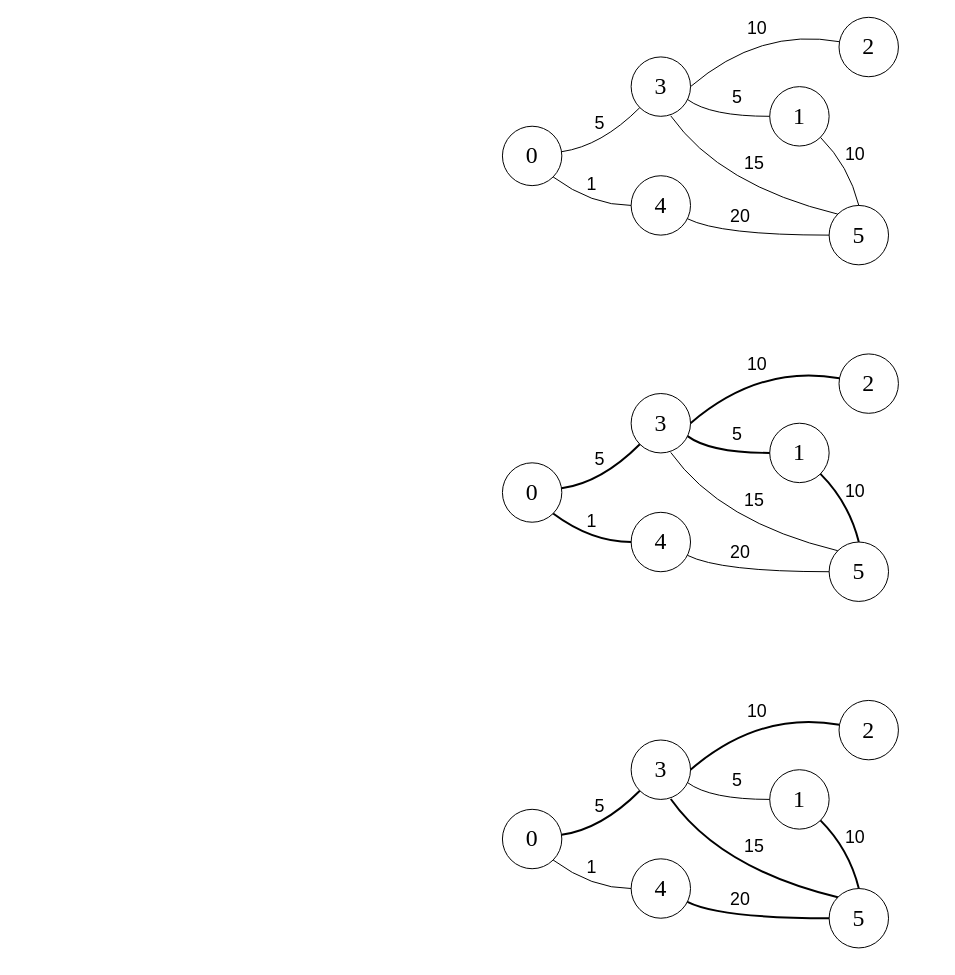
The draw.io diagram graphs/undirected_mst.drawio in lgreco/images, before the edit. Source tidied: cells renumbered, new cells numbered last; positions are measured from the earlier drawing's top-left corner, leaving out a move shared by most shapes. Both pictures are drawn from the tidied source at 99%, with x=0, y=0 at pixel (502, 17).
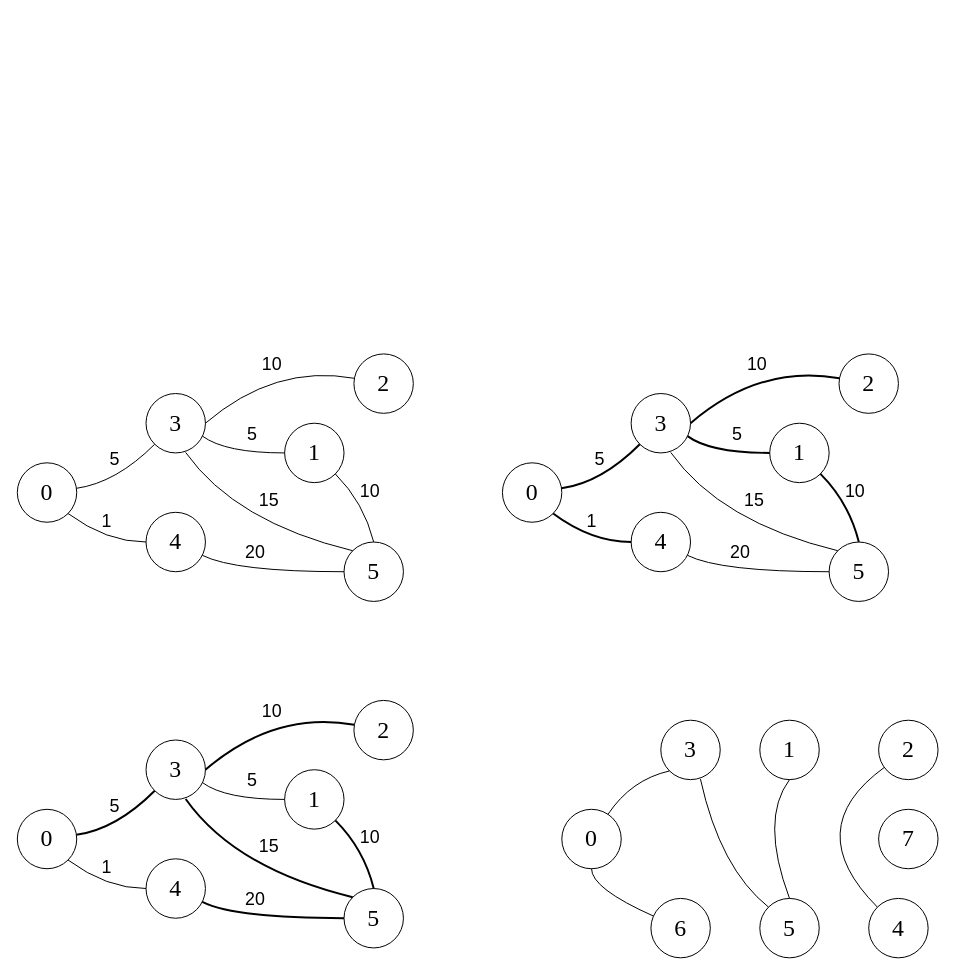
After the change.

What changed in the source:
```diff
@@
     <mxCell id="22" value="&lt;font style=&quot;font-size: 24px;&quot;&gt;0&lt;/font&gt;" style="ellipse;whiteSpace=wrap;html=1;fontFamily=Times New Roman;" parent="1" vertex="1">
-      <mxGeometry y="800" width="60" height="60" as="geometry" />
+      <mxGeometry x="-490" y="800" width="60" height="60" as="geometry" />
     </mxCell>
     <mxCell id="23" value="&lt;font style=&quot;font-size: 24px;&quot;&gt;4&lt;/font&gt;" style="ellipse;whiteSpace=wrap;html=1;fontFamily=Times New Roman;" parent="1" vertex="1">
-      <mxGeometry x="130" y="850" width="60" height="60" as="geometry" />
+      <mxGeometry x="-360" y="850" width="60" height="60" as="geometry" />
     </mxCell>
     <mxCell id="24" value="&lt;font style=&quot;font-size: 24px;&quot;&gt;3&lt;/font&gt;" style="ellipse;whiteSpace=wrap;html=1;fontFamily=Times New Roman;" parent="1" vertex="1">
-      <mxGeometry x="130" y="730" width="60" height="60" as="geometry" />
+      <mxGeometry x="-360" y="730" width="60" height="60" as="geometry" />
     </mxCell>
     <mxCell id="25" value="&lt;font style=&quot;font-size: 24px;&quot;&gt;5&lt;/font&gt;" style="ellipse;whiteSpace=wrap;html=1;fontFamily=Times New Roman;" parent="1" vertex="1">
-      <mxGeometry x="330" y="880" width="60" height="60" as="geometry" />
+      <mxGeometry x="-160" y="880" width="60" height="60" as="geometry" />
     </mxCell>
     <mxCell id="26" value="&lt;font style=&quot;font-size: 24px;&quot;&gt;1&lt;/font&gt;" style="ellipse;whiteSpace=wrap;html=1;fontFamily=Times New Roman;" parent="1" vertex="1">
-      <mxGeometry x="270" y="760" width="60" height="60" as="geometry" />
+      <mxGeometry x="-220" y="760" width="60" height="60" as="geometry" />
     </mxCell>
     <mxCell id="27" value="&lt;font style=&quot;font-size: 24px;&quot;&gt;2&lt;/font&gt;" style="ellipse;whiteSpace=wrap;html=1;fontFamily=Times New Roman;" parent="1" vertex="1">
-      <mxGeometry x="340" y="690" width="60" height="60" as="geometry" />
+      <mxGeometry x="-150" y="690" width="60" height="60" as="geometry" />
     </mxCell>
     <mxCell id="28" style="endArrow=none;html=1;rounded=0;entryX=0;entryY=1;entryDx=0;entryDy=0;curved=1;strokeColor=light-dark(#000000,#FF3399);strokeWidth=2;" parent="1" edge="1" source="22" target="24">
       <mxGeometry relative="1" as="geometry">
         <Array as="points">
-          <mxPoint x="100" y="820" />
+          <mxPoint x="-390" y="820" />
         </Array>
       </mxGeometry>
     </mxCell>
@@
     <mxCell id="30" style="endArrow=none;html=1;rounded=0;exitX=1;exitY=1;exitDx=0;exitDy=0;fontSize=18;curved=1;strokeColor=light-dark(#000000,#808080);" parent="1" edge="1" source="22" target="23">
       <mxGeometry relative="1" as="geometry">
         <Array as="points">
-          <mxPoint x="90" y="880" />
+          <mxPoint x="-400" y="880" />
         </Array>
       </mxGeometry>
     </mxCell>
@@
     <mxCell id="32" style="endArrow=none;html=1;rounded=0;exitX=1;exitY=0.5;exitDx=0;exitDy=0;fontSize=18;curved=1;strokeColor=light-dark(#000000,#FF3399);strokeWidth=2;" parent="1" edge="1" source="24" target="27">
       <mxGeometry relative="1" as="geometry">
         <Array as="points">
-          <mxPoint x="260" y="700" />
+          <mxPoint x="-230" y="700" />
         </Array>
       </mxGeometry>
     </mxCell>
@@
     <mxCell id="34" style="endArrow=none;html=1;rounded=0;exitX=0.95;exitY=0.717;exitDx=0;exitDy=0;fontSize=18;curved=1;exitPerimeter=0;strokeColor=light-dark(#000000,#808080);" parent="1" edge="1" source="24" target="26">
       <mxGeometry relative="1" as="geometry">
         <Array as="points">
-          <mxPoint x="210" y="790" />
+          <mxPoint x="-280" y="790" />
         </Array>
       </mxGeometry>
     </mxCell>
@@
     <mxCell id="36" style="endArrow=none;html=1;rounded=0;entryX=0.5;entryY=0;entryDx=0;entryDy=0;fontSize=18;curved=1;exitX=1;exitY=1;exitDx=0;exitDy=0;strokeColor=light-dark(#000000,#FF3399);strokeWidth=2;" parent="1" edge="1" source="26" target="25">
       <mxGeometry relative="1" as="geometry">
         <Array as="points">
-          <mxPoint x="350" y="840" />
+          <mxPoint x="-140" y="840" />
         </Array>
       </mxGeometry>
     </mxCell>
@@
     <mxCell id="38" style="endArrow=none;html=1;rounded=0;entryX=0;entryY=0;entryDx=0;entryDy=0;exitX=0.667;exitY=0.992;exitDx=0;exitDy=0;exitPerimeter=0;fontSize=18;curved=1;strokeColor=light-dark(#000000,#FF3399);strokeWidth=2;" parent="1" edge="1" source="24" target="25">
       <mxGeometry relative="1" as="geometry">
         <Array as="points">
-          <mxPoint x="220" y="860" />
+          <mxPoint x="-270" y="860" />
         </Array>
       </mxGeometry>
     </mxCell>
@@
     <mxCell id="40" style="endArrow=none;html=1;rounded=0;fontSize=18;curved=1;strokeColor=light-dark(#000000,#FF3399);strokeWidth=2;" parent="1" edge="1" source="23" target="25">
       <mxGeometry relative="1" as="geometry">
         <Array as="points">
-          <mxPoint x="220" y="910" />
+          <mxPoint x="-270" y="910" />
         </Array>
       </mxGeometry>
     </mxCell>
@@
     <mxCell id="42" value="&lt;font style=&quot;font-size: 24px;&quot;&gt;0&lt;/font&gt;" style="ellipse;whiteSpace=wrap;html=1;fontFamily=Times New Roman;" parent="1" vertex="1">
-      <mxGeometry y="110" width="60" height="60" as="geometry" />
+      <mxGeometry x="-490" y="450" width="60" height="60" as="geometry" />
     </mxCell>
     <mxCell id="43" value="&lt;font style=&quot;font-size: 24px;&quot;&gt;4&lt;/font&gt;" style="ellipse;whiteSpace=wrap;html=1;fontFamily=Times New Roman;" parent="1" vertex="1">
-      <mxGeometry x="130" y="160" width="60" height="60" as="geometry" />
+      <mxGeometry x="-360" y="500" width="60" height="60" as="geometry" />
     </mxCell>
     <mxCell id="44" value="&lt;font style=&quot;font-size: 24px;&quot;&gt;3&lt;/font&gt;" style="ellipse;whiteSpace=wrap;html=1;fontFamily=Times New Roman;" parent="1" vertex="1">
-      <mxGeometry x="130" y="40" width="60" height="60" as="geometry" />
+      <mxGeometry x="-360" y="380" width="60" height="60" as="geometry" />
     </mxCell>
     <mxCell id="45" value="&lt;font style=&quot;font-size: 24px;&quot;&gt;5&lt;/font&gt;" style="ellipse;whiteSpace=wrap;html=1;fontFamily=Times New Roman;" parent="1" vertex="1">
-      <mxGeometry x="330" y="190" width="60" height="60" as="geometry" />
+      <mxGeometry x="-160" y="530" width="60" height="60" as="geometry" />
     </mxCell>
     <mxCell id="46" value="&lt;font style=&quot;font-size: 24px;&quot;&gt;1&lt;/font&gt;" style="ellipse;whiteSpace=wrap;html=1;fontFamily=Times New Roman;" parent="1" vertex="1">
-      <mxGeometry x="270" y="70" width="60" height="60" as="geometry" />
+      <mxGeometry x="-220" y="410" width="60" height="60" as="geometry" />
     </mxCell>
     <mxCell id="47" value="&lt;font style=&quot;font-size: 24px;&quot;&gt;2&lt;/font&gt;" style="ellipse;whiteSpace=wrap;html=1;fontFamily=Times New Roman;" parent="1" vertex="1">
-      <mxGeometry x="340" width="60" height="60" as="geometry" />
+      <mxGeometry x="-150" y="340" width="60" height="60" as="geometry" />
     </mxCell>
     <mxCell id="48" style="endArrow=none;html=1;rounded=0;entryX=0;entryY=1;entryDx=0;entryDy=0;curved=1;" parent="1" edge="1" source="42" target="44">
       <mxGeometry relative="1" as="geometry">
         <Array as="points">
-          <mxPoint x="100" y="130" />
+          <mxPoint x="-390" y="470" />
         </Array>
       </mxGeometry>
     </mxCell>
@@
     <mxCell id="50" style="endArrow=none;html=1;rounded=0;exitX=1;exitY=1;exitDx=0;exitDy=0;fontSize=18;curved=1;" parent="1" edge="1" source="42" target="43">
       <mxGeometry relative="1" as="geometry">
         <Array as="points">
-          <mxPoint x="90" y="190" />
+          <mxPoint x="-400" y="530" />
         </Array>
       </mxGeometry>
     </mxCell>
@@
     <mxCell id="52" style="endArrow=none;html=1;rounded=0;exitX=1;exitY=0.5;exitDx=0;exitDy=0;fontSize=18;curved=1;" parent="1" edge="1" source="44" target="47">
       <mxGeometry relative="1" as="geometry">
         <Array as="points">
-          <mxPoint x="260" y="10" />
+          <mxPoint x="-230" y="350" />
         </Array>
       </mxGeometry>
     </mxCell>
@@
     <mxCell id="54" style="endArrow=none;html=1;rounded=0;exitX=0.95;exitY=0.717;exitDx=0;exitDy=0;fontSize=18;curved=1;exitPerimeter=0;" parent="1" edge="1" source="44" target="46">
       <mxGeometry relative="1" as="geometry">
         <Array as="points">
-          <mxPoint x="210" y="100" />
+          <mxPoint x="-280" y="440" />
         </Array>
       </mxGeometry>
     </mxCell>
@@
     <mxCell id="56" style="endArrow=none;html=1;rounded=0;entryX=0.5;entryY=0;entryDx=0;entryDy=0;fontSize=18;curved=1;exitX=1;exitY=1;exitDx=0;exitDy=0;" parent="1" edge="1" source="46" target="45">
       <mxGeometry relative="1" as="geometry">
         <Array as="points">
-          <mxPoint x="350" y="150" />
+          <mxPoint x="-140" y="490" />
         </Array>
       </mxGeometry>
     </mxCell>
@@
     <mxCell id="58" style="endArrow=none;html=1;rounded=0;entryX=0;entryY=0;entryDx=0;entryDy=0;exitX=0.667;exitY=0.992;exitDx=0;exitDy=0;exitPerimeter=0;fontSize=18;curved=1;" parent="1" edge="1" source="44" target="45">
       <mxGeometry relative="1" as="geometry">
         <Array as="points">
-          <mxPoint x="220" y="170" />
+          <mxPoint x="-270" y="510" />
         </Array>
       </mxGeometry>
     </mxCell>
@@
     <mxCell id="60" style="endArrow=none;html=1;rounded=0;fontSize=18;curved=1;" parent="1" edge="1" source="43" target="45">
       <mxGeometry relative="1" as="geometry">
         <Array as="points">
-          <mxPoint x="220" y="220" />
+          <mxPoint x="-270" y="560" />
         </Array>
       </mxGeometry>
     </mxCell>
@@
+    <mxCell id="62" value="&lt;font style=&quot;font-size: 24px;&quot;&gt;0&lt;/font&gt;" style="ellipse;whiteSpace=wrap;html=1;fontFamily=Times New Roman;" parent="1" vertex="1">
+      <mxGeometry x="60" y="800" width="60" height="60" as="geometry" />
+    </mxCell>
+    <mxCell id="63" value="&lt;font style=&quot;font-size: 24px;&quot;&gt;6&lt;/font&gt;" style="ellipse;whiteSpace=wrap;html=1;fontFamily=Times New Roman;" parent="1" vertex="1">
+      <mxGeometry x="150" y="890" width="60" height="60" as="geometry" />
+    </mxCell>
+    <mxCell id="64" value="&lt;font style=&quot;font-size: 24px;&quot;&gt;3&lt;/font&gt;" style="ellipse;whiteSpace=wrap;html=1;fontFamily=Times New Roman;" parent="1" vertex="1">
+      <mxGeometry x="160" y="710" width="60" height="60" as="geometry" />
+    </mxCell>
+    <mxCell id="65" value="&lt;font style=&quot;font-size: 24px;&quot;&gt;5&lt;/font&gt;" style="ellipse;whiteSpace=wrap;html=1;fontFamily=Times New Roman;" parent="1" vertex="1">
+      <mxGeometry x="260" y="890" width="60" height="60" as="geometry" />
+    </mxCell>
+    <mxCell id="66" value="&lt;font style=&quot;font-size: 24px;&quot;&gt;1&lt;/font&gt;" style="ellipse;whiteSpace=wrap;html=1;fontFamily=Times New Roman;" parent="1" vertex="1">
+      <mxGeometry x="260" y="710" width="60" height="60" as="geometry" />
+    </mxCell>
+    <mxCell id="67" value="&lt;font style=&quot;font-size: 24px;&quot;&gt;2&lt;/font&gt;" style="ellipse;whiteSpace=wrap;html=1;fontFamily=Times New Roman;" parent="1" vertex="1">
+      <mxGeometry x="380" y="710" width="60" height="60" as="geometry" />
+    </mxCell>
+    <mxCell id="68" style="endArrow=none;html=1;rounded=0;entryX=0;entryY=1;entryDx=0;entryDy=0;curved=1;" parent="1" edge="1" source="62" target="64">
+      <mxGeometry relative="1" as="geometry">
+        <Array as="points">
+          <mxPoint x="130" y="770" />
+        </Array>
+      </mxGeometry>
+    </mxCell>
+    <mxCell id="69" style="endArrow=none;html=1;rounded=0;exitX=0.5;exitY=1;exitDx=0;exitDy=0;fontSize=18;curved=1;" parent="1" edge="1" source="62" target="63">
+      <mxGeometry relative="1" as="geometry">
+        <Array as="points">
+          <mxPoint x="90" y="880" />
+        </Array>
+      </mxGeometry>
+    </mxCell>
+    <mxCell id="70" style="endArrow=none;html=1;rounded=0;fontSize=18;curved=1;exitX=0;exitY=0;exitDx=0;exitDy=0;" parent="1" edge="1" source="73" target="67">
+      <mxGeometry relative="1" as="geometry">
+        <Array as="points">
+          <mxPoint x="300" y="820" />
+        </Array>
+      </mxGeometry>
+    </mxCell>
+    <mxCell id="71" style="endArrow=none;html=1;rounded=0;entryX=0.5;entryY=0;entryDx=0;entryDy=0;fontSize=18;curved=1;exitX=0.5;exitY=1;exitDx=0;exitDy=0;" parent="1" edge="1" source="66" target="65">
+      <mxGeometry relative="1" as="geometry">
+        <Array as="points">
+          <mxPoint x="260" y="810" />
+        </Array>
+      </mxGeometry>
+    </mxCell>
+    <mxCell id="72" style="endArrow=none;html=1;rounded=0;entryX=0;entryY=0;entryDx=0;entryDy=0;exitX=0.667;exitY=0.992;exitDx=0;exitDy=0;exitPerimeter=0;fontSize=18;curved=1;" parent="1" edge="1" source="64" target="65">
+      <mxGeometry relative="1" as="geometry">
+        <Array as="points">
+          <mxPoint x="220" y="860" />
+        </Array>
+      </mxGeometry>
+    </mxCell>
+    <mxCell id="73" value="&lt;font style=&quot;font-size: 24px;&quot;&gt;4&lt;/font&gt;" style="ellipse;whiteSpace=wrap;html=1;fontFamily=Times New Roman;" parent="1" vertex="1">
+      <mxGeometry x="370" y="890" width="60" height="60" as="geometry" />
+    </mxCell>
+    <mxCell id="74" value="&lt;font style=&quot;font-size: 24px;&quot;&gt;7&lt;/font&gt;" style="ellipse;whiteSpace=wrap;html=1;fontFamily=Times New Roman;" parent="1" vertex="1">
+      <mxGeometry x="380" y="800" width="60" height="60" as="geometry" />
+    </mxCell>
```
